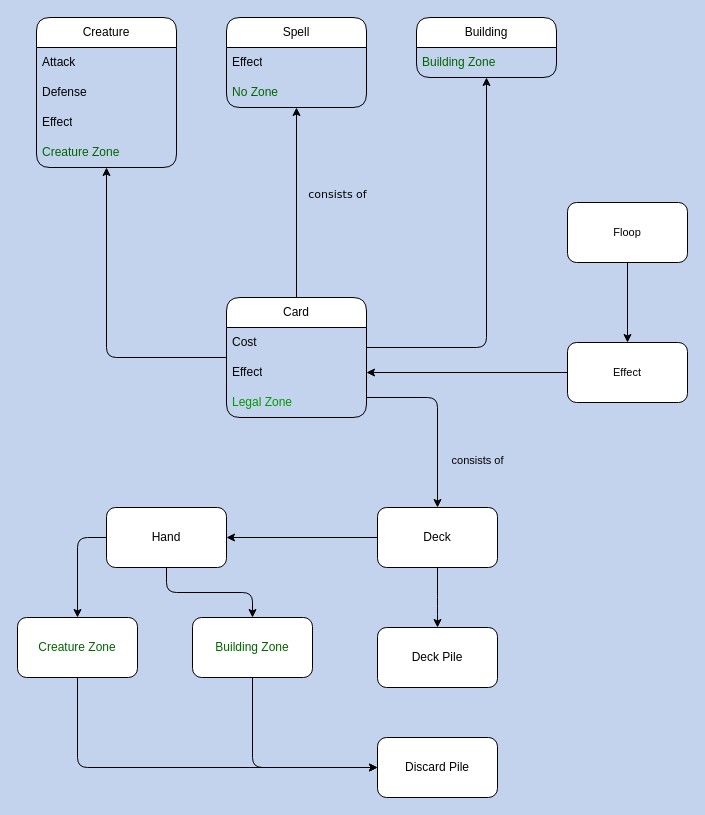
The draw.io diagram card-wars-diagram.drawio in kiinii-pixel/Card-Wars, before the edit. Source tidied: cells renumbered, new cells numbered last; positions are measured from the earlier drawing's top-left corner, leaving out a move shared by most shapes. Both pictures are drawn from the tidied source at 100%, with x=0, y=0 at pixel (17, 17).
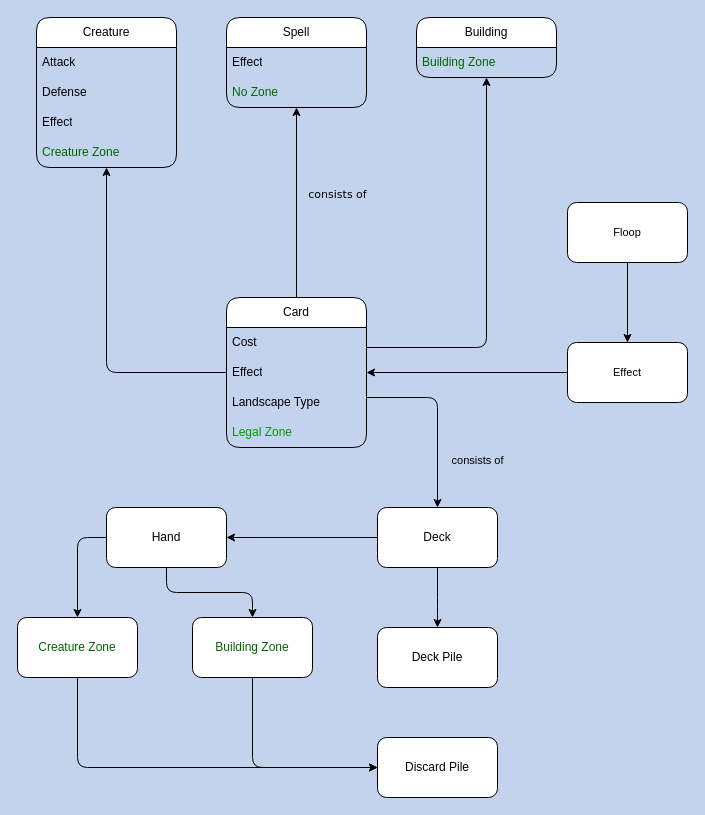
After the change.

Commit message:
diagram update (landscape type)

Change to the diagram source:
```diff
@@
     <mxCell id="6" value="&lt;div&gt;Card&lt;/div&gt;" style="swimlane;fontStyle=0;horizontal=1;startSize=30;whiteSpace=wrap;html=1;rounded=1;labelBackgroundColor=default;fillColor=default;" parent="1" vertex="1">
-      <mxGeometry x="209" y="280" width="140" height="120" as="geometry" />
+      <mxGeometry x="209" y="280" width="140" height="150" as="geometry" />
     </mxCell>
@@
-    <mxCell id="9" value="Legal Zone" style="text;strokeColor=none;fillColor=none;align=left;verticalAlign=middle;spacingLeft=4;spacingRight=4;overflow=hidden;whiteSpace=wrap;html=1;fontStyle=0;fontColor=#009900;" parent="6" vertex="1">
+    <mxCell id="9" value="&lt;font color=&quot;#000000&quot;&gt;Landscape Type&lt;br&gt;&lt;/font&gt;" style="text;strokeColor=none;fillColor=none;align=left;verticalAlign=middle;spacingLeft=4;spacingRight=4;overflow=hidden;whiteSpace=wrap;html=1;fontStyle=0;fontColor=#009900;" parent="6" vertex="1">
       <mxGeometry y="90" width="140" height="30" as="geometry" />
     </mxCell>
+    <mxCell id="36" value="Legal Zone" style="text;strokeColor=none;fillColor=none;align=left;verticalAlign=middle;spacingLeft=4;spacingRight=4;overflow=hidden;whiteSpace=wrap;html=1;fontStyle=0;fontColor=#009900;" parent="6" vertex="1">
+      <mxGeometry y="120" width="140" height="30" as="geometry" />
+    </mxCell>
```
